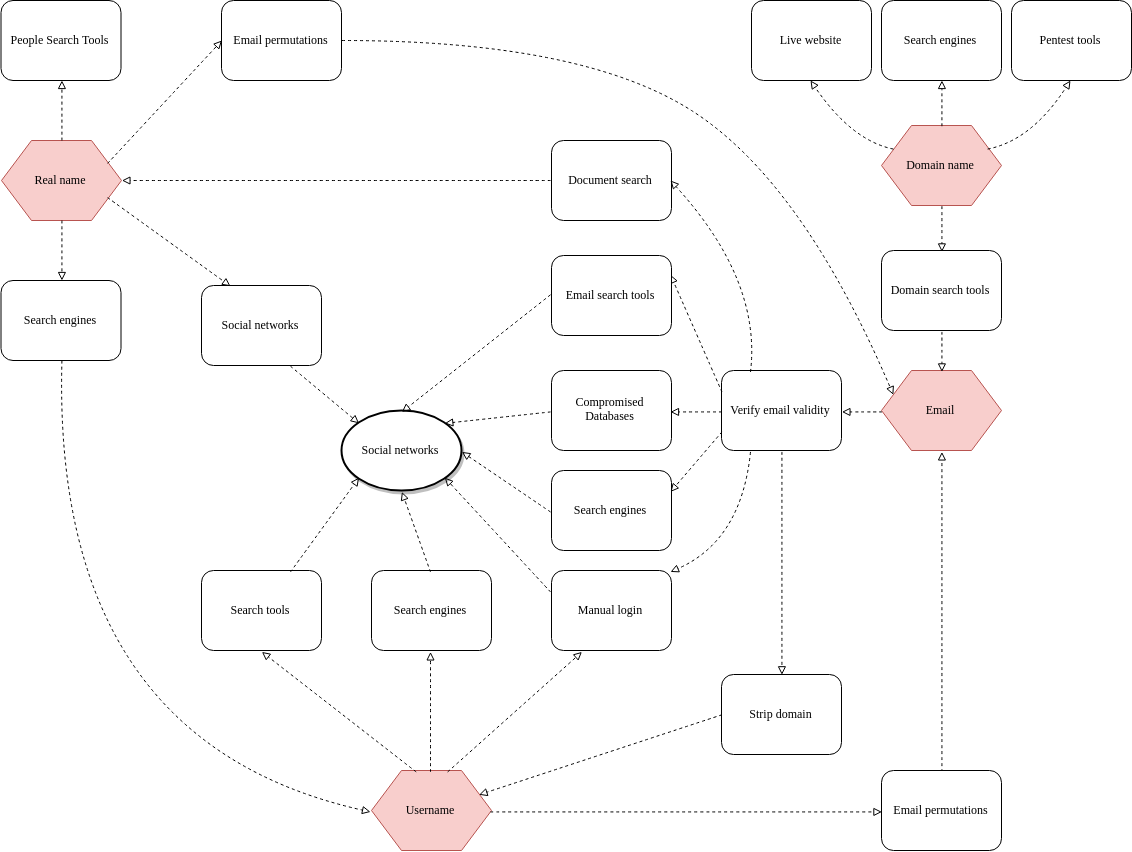
jurelou/SNA keeps this draw.io diagram as docs/graphexec.png. Above is the earlier version. Source tidied: cells renumbered, new cells last; positions are measured from the earlier drawing's top-left corner, leaving out a move shared by most shapes.
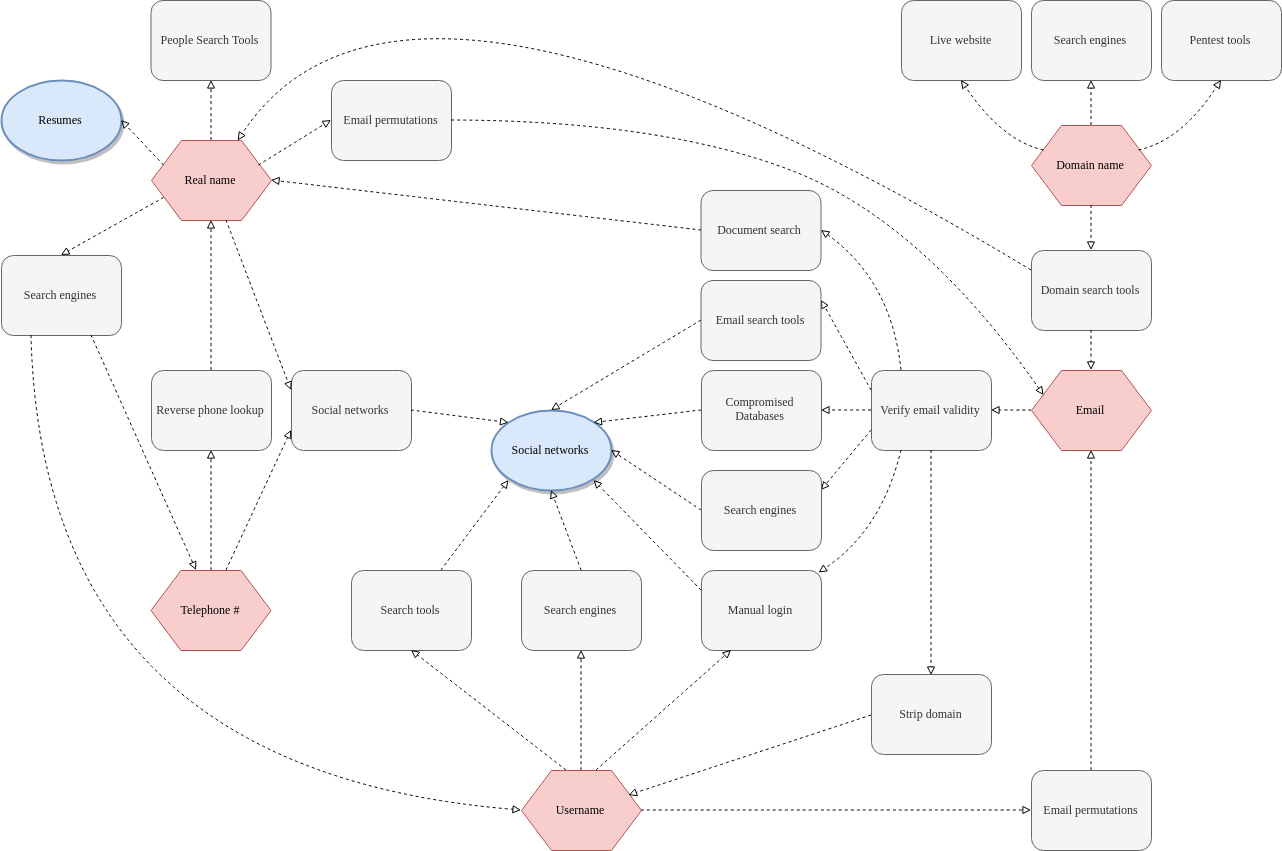
Later version of the same file.

What changed in the source:
```diff
@@ -22,3 +22,3 @@
     </mxCell>
-    <mxCell id="8" value="Search engines" style="rounded=1;whiteSpace=wrap;html=1;shadow=0;labelBackgroundColor=none;strokeColor=#000000;strokeWidth=1;fillColor=#ffffff;fontFamily=Verdana;fontSize=12;fontColor=#000000;align=center;" parent="1" vertex="1">
+    <mxCell id="8" value="Search engines" style="rounded=1;whiteSpace=wrap;html=1;shadow=0;labelBackgroundColor=none;strokeColor=#666666;strokeWidth=1;fillColor=#f5f5f5;fontFamily=Verdana;fontSize=12;align=center;fontColor=#333333;" parent="1" vertex="1">
       <mxGeometry x="370" y="570" width="120" height="80" as="geometry" />
@@ -28,3 +28,3 @@
     </mxCell>
-    <mxCell id="10" value="Social networks" style="ellipse;whiteSpace=wrap;html=1;rounded=1;shadow=1;comic=0;labelBackgroundColor=none;strokeColor=#000000;strokeWidth=2;fillColor=#FFFFFF;fontFamily=Verdana;fontSize=12;fontColor=#000000;align=center;" parent="1" vertex="1">
+    <mxCell id="10" value="Social networks" style="ellipse;whiteSpace=wrap;html=1;rounded=1;shadow=1;comic=0;labelBackgroundColor=none;strokeColor=#6c8ebf;strokeWidth=2;fillColor=#dae8fc;fontFamily=Verdana;fontSize=12;align=center;" parent="1" vertex="1">
       <mxGeometry x="340" y="410" width="120" height="80" as="geometry" />
@@ -34,3 +34,3 @@
     </mxCell>
-    <mxCell id="12" value="Manual login" style="rounded=1;whiteSpace=wrap;html=1;shadow=0;labelBackgroundColor=none;strokeColor=#000000;strokeWidth=1;fillColor=#ffffff;fontFamily=Verdana;fontSize=12;fontColor=#000000;align=center;" parent="1" vertex="1">
+    <mxCell id="12" value="Manual login" style="rounded=1;whiteSpace=wrap;html=1;shadow=0;labelBackgroundColor=none;strokeColor=#666666;strokeWidth=1;fillColor=#f5f5f5;fontFamily=Verdana;fontSize=12;fontColor=#333333;align=center;" parent="1" vertex="1">
       <mxGeometry x="550" y="570" width="120" height="80" as="geometry" />
@@ -43,3 +43,3 @@
     </mxCell>
-    <mxCell id="15" value="Compromised Databases" style="rounded=1;whiteSpace=wrap;html=1;shadow=0;labelBackgroundColor=none;strokeColor=#000000;strokeWidth=1;fillColor=#ffffff;fontFamily=Verdana;fontSize=12;fontColor=#000000;align=center;" parent="1" vertex="1">
+    <mxCell id="15" value="Compromised Databases" style="rounded=1;whiteSpace=wrap;html=1;shadow=0;labelBackgroundColor=none;strokeColor=#666666;strokeWidth=1;fillColor=#f5f5f5;fontFamily=Verdana;fontSize=12;fontColor=#333333;align=center;" parent="1" vertex="1">
       <mxGeometry x="550" y="370" width="120" height="80" as="geometry" />
@@ -52,3 +52,3 @@
     </mxCell>
-    <mxCell id="18" value="Verify email validity" style="rounded=1;whiteSpace=wrap;html=1;shadow=0;labelBackgroundColor=none;strokeColor=#000000;strokeWidth=1;fillColor=#ffffff;fontFamily=Verdana;fontSize=12;fontColor=#000000;align=center;" parent="1" vertex="1">
+    <mxCell id="18" value="Verify email validity" style="rounded=1;whiteSpace=wrap;html=1;shadow=0;labelBackgroundColor=none;strokeColor=#666666;strokeWidth=1;fillColor=#f5f5f5;fontFamily=Verdana;fontSize=12;fontColor=#333333;align=center;" parent="1" vertex="1">
       <mxGeometry x="720" y="370" width="120" height="80" as="geometry" />
@@ -67,3 +67,3 @@
     </mxCell>
-    <mxCell id="23" value="Strip domain" style="rounded=1;whiteSpace=wrap;html=1;shadow=0;labelBackgroundColor=none;strokeColor=#000000;strokeWidth=1;fillColor=#ffffff;fontFamily=Verdana;fontSize=12;fontColor=#000000;align=center;" parent="1" vertex="1">
+    <mxCell id="23" value="Strip domain" style="rounded=1;whiteSpace=wrap;html=1;shadow=0;labelBackgroundColor=none;strokeColor=#666666;strokeWidth=1;fillColor=#f5f5f5;fontFamily=Verdana;fontSize=12;fontColor=#333333;align=center;" parent="1" vertex="1">
       <mxGeometry x="720" y="674" width="120" height="80" as="geometry" />
@@ -73,4 +73,4 @@
     </mxCell>
-    <mxCell id="25" value="Document search" style="rounded=1;whiteSpace=wrap;html=1;shadow=0;labelBackgroundColor=none;strokeColor=#000000;strokeWidth=1;fillColor=#ffffff;fontFamily=Verdana;fontSize=12;fontColor=#000000;align=center;" parent="1" vertex="1">
-      <mxGeometry x="550" y="140" width="120" height="80" as="geometry" />
+    <mxCell id="25" value="Document search" style="rounded=1;whiteSpace=wrap;html=1;shadow=0;labelBackgroundColor=none;strokeColor=#666666;strokeWidth=1;fillColor=#f5f5f5;fontFamily=Verdana;fontSize=12;fontColor=#333333;align=center;" parent="1" vertex="1">
+      <mxGeometry x="549.5" y="190" width="120" height="80" as="geometry" />
     </mxCell>
@@ -79,3 +79,3 @@
         <Array as="points">
-          <mxPoint x="760" y="280" />
+          <mxPoint x="740" y="280" />
         </Array>
@@ -86,25 +86,18 @@
     </mxCell>
-    <mxCell id="28" value="Search engines" style="rounded=1;whiteSpace=wrap;html=1;shadow=0;labelBackgroundColor=none;strokeColor=#000000;strokeWidth=1;fillColor=#ffffff;fontFamily=Verdana;fontSize=12;fontColor=#000000;align=center;" parent="1" vertex="1">
-      <mxGeometry x="-0.5" y="280" width="120" height="80" as="geometry" />
+    <mxCell id="28" value="Search engines" style="rounded=1;whiteSpace=wrap;html=1;shadow=0;labelBackgroundColor=none;strokeColor=#666666;strokeWidth=1;fillColor=#f5f5f5;fontFamily=Verdana;fontSize=12;align=center;fontColor=#333333;" parent="1" vertex="1">
+      <mxGeometry x="-150" y="255" width="120" height="80" as="geometry" />
     </mxCell>
-    <mxCell id="29" style="endArrow=block;html=1;entryX=0.5;entryY=0;entryDx=0;entryDy=0;exitX=0.5;exitY=1;exitDx=0;exitDy=0;endFill=0;curved=1;dashed=1;" parent="1" edge="1" source="5" target="28">
+    <mxCell id="29" style="endArrow=block;html=1;entryX=0.5;entryY=0;entryDx=0;entryDy=0;endFill=0;curved=1;dashed=1;exitX=0;exitY=0.75;exitDx=0;exitDy=0;" parent="1" edge="1" source="5" target="28">
       <mxGeometry relative="1" as="geometry" />
     </mxCell>
-    <mxCell id="30" style="endArrow=block;html=1;exitX=0.5;exitY=1;exitDx=0;exitDy=0;entryX=0;entryY=0.5;entryDx=0;entryDy=0;endFill=0;curved=1;dashed=1;" parent="1" edge="1" source="28" target="2">
-      <mxGeometry relative="1" as="geometry">
-        <Array as="points">
-          <mxPoint x="50" y="740" />
-        </Array>
-      </mxGeometry>
-    </mxCell>
-    <mxCell id="31" value="Social networks" style="rounded=1;whiteSpace=wrap;html=1;shadow=0;labelBackgroundColor=none;strokeColor=#000000;strokeWidth=1;fillColor=#ffffff;fontFamily=Verdana;fontSize=12;fontColor=#000000;align=center;" parent="1" vertex="1">
-      <mxGeometry x="200" y="285" width="120" height="80" as="geometry" />
+    <mxCell id="31" value="Social networks" style="rounded=1;whiteSpace=wrap;html=1;shadow=0;labelBackgroundColor=none;strokeColor=#666666;strokeWidth=1;fillColor=#f5f5f5;fontFamily=Verdana;fontSize=12;fontColor=#333333;align=center;glass=0;" parent="1" vertex="1">
+      <mxGeometry x="140" y="370" width="120" height="80" as="geometry" />
     </mxCell>
-    <mxCell id="32" style="endArrow=block;html=1;entryX=0.25;entryY=0;entryDx=0;entryDy=0;exitX=1;exitY=0.75;exitDx=0;exitDy=0;endFill=0;curved=1;dashed=1;" parent="1" edge="1" source="5" target="31">
+    <mxCell id="32" style="endArrow=block;html=1;entryX=0;entryY=0.25;entryDx=0;entryDy=0;exitX=0.625;exitY=1;exitDx=0;exitDy=0;endFill=0;curved=1;dashed=1;" parent="1" edge="1" source="5" target="31">
       <mxGeometry relative="1" as="geometry" />
     </mxCell>
-    <mxCell id="33" style="endArrow=block;html=1;exitX=0.75;exitY=1;exitDx=0;exitDy=0;endFill=0;curved=1;dashed=1;entryX=0;entryY=0;entryDx=0;entryDy=0;" parent="1" edge="1" source="31" target="10">
+    <mxCell id="33" style="endArrow=block;html=1;exitX=1;exitY=0.5;exitDx=0;exitDy=0;endFill=0;curved=1;dashed=1;entryX=0;entryY=0;entryDx=0;entryDy=0;" parent="1" edge="1" source="31" target="10">
       <mxGeometry relative="1" as="geometry" />
     </mxCell>
-    <mxCell id="34" value="People Search Tools" style="rounded=1;whiteSpace=wrap;html=1;shadow=0;labelBackgroundColor=none;strokeColor=#000000;strokeWidth=1;fillColor=#ffffff;fontFamily=Verdana;fontSize=12;fontColor=#000000;align=center;" parent="1" vertex="1">
+    <mxCell id="34" value="People Search Tools" style="rounded=1;whiteSpace=wrap;html=1;shadow=0;labelBackgroundColor=none;strokeColor=#666666;strokeWidth=1;fillColor=#f5f5f5;fontFamily=Verdana;fontSize=12;fontColor=#333333;align=center;" parent="1" vertex="1">
       <mxGeometry x="-0.5" width="120" height="80" as="geometry" />
@@ -114,3 +107,3 @@
     </mxCell>
-    <mxCell id="36" value="Search tools" style="rounded=1;whiteSpace=wrap;html=1;shadow=0;labelBackgroundColor=none;strokeColor=#000000;strokeWidth=1;fillColor=#ffffff;fontFamily=Verdana;fontSize=12;fontColor=#000000;align=center;" parent="1" vertex="1">
+    <mxCell id="36" value="Search tools" style="rounded=1;whiteSpace=wrap;html=1;shadow=0;labelBackgroundColor=none;strokeColor=#666666;strokeWidth=1;fillColor=#f5f5f5;fontFamily=Verdana;fontSize=12;fontColor=#333333;align=center;" parent="1" vertex="1">
       <mxGeometry x="200" y="570" width="120" height="80" as="geometry" />
@@ -123,3 +116,3 @@
     </mxCell>
-    <mxCell id="39" value="Domain search tools" style="rounded=1;whiteSpace=wrap;html=1;shadow=0;labelBackgroundColor=none;strokeColor=#000000;strokeWidth=1;fillColor=#ffffff;fontFamily=Verdana;fontSize=12;fontColor=#000000;align=center;" parent="1" vertex="1">
+    <mxCell id="39" value="Domain search tools" style="rounded=1;whiteSpace=wrap;html=1;shadow=0;labelBackgroundColor=none;strokeColor=#666666;strokeWidth=1;fillColor=#f5f5f5;fontFamily=Verdana;fontSize=12;fontColor=#333333;align=center;" parent="1" vertex="1">
       <mxGeometry x="880" y="250" width="120" height="80" as="geometry" />
@@ -132,3 +125,3 @@
     </mxCell>
-    <mxCell id="42" value="Live website" style="rounded=1;whiteSpace=wrap;html=1;shadow=0;labelBackgroundColor=none;strokeColor=#000000;strokeWidth=1;fillColor=#ffffff;fontFamily=Verdana;fontSize=12;fontColor=#000000;align=center;" parent="1" vertex="1">
+    <mxCell id="42" value="Live website" style="rounded=1;whiteSpace=wrap;html=1;shadow=0;labelBackgroundColor=none;strokeColor=#666666;strokeWidth=1;fillColor=#f5f5f5;fontFamily=Verdana;fontSize=12;fontColor=#333333;align=center;" parent="1" vertex="1">
       <mxGeometry x="750" width="120" height="80" as="geometry" />
@@ -142,3 +135,3 @@
     </mxCell>
-    <mxCell id="44" value="Pentest tools" style="rounded=1;whiteSpace=wrap;html=1;shadow=0;labelBackgroundColor=none;strokeColor=#000000;strokeWidth=1;fillColor=#ffffff;fontFamily=Verdana;fontSize=12;fontColor=#000000;align=center;" parent="1" vertex="1">
+    <mxCell id="44" value="Pentest tools" style="rounded=1;whiteSpace=wrap;html=1;shadow=0;labelBackgroundColor=none;strokeColor=#666666;strokeWidth=1;fillColor=#f5f5f5;fontFamily=Verdana;fontSize=12;fontColor=#333333;align=center;" parent="1" vertex="1">
       <mxGeometry x="1010" width="120" height="80" as="geometry" />
@@ -152,3 +145,3 @@
     </mxCell>
-    <mxCell id="46" value="Search engines" style="rounded=1;whiteSpace=wrap;html=1;shadow=0;labelBackgroundColor=none;strokeColor=#000000;strokeWidth=1;fillColor=#ffffff;fontFamily=Verdana;fontSize=12;fontColor=#000000;align=center;" parent="1" vertex="1">
+    <mxCell id="46" value="Search engines" style="rounded=1;whiteSpace=wrap;html=1;shadow=0;labelBackgroundColor=none;strokeColor=#666666;strokeWidth=1;fillColor=#f5f5f5;fontFamily=Verdana;fontSize=12;fontColor=#333333;align=center;" parent="1" vertex="1">
       <mxGeometry x="880" width="120" height="80" as="geometry" />
@@ -158,9 +151,9 @@
     </mxCell>
-    <mxCell id="48" value="Email permutations" style="rounded=1;whiteSpace=wrap;html=1;shadow=0;labelBackgroundColor=none;strokeColor=#000000;strokeWidth=1;fillColor=#ffffff;fontFamily=Verdana;fontSize=12;fontColor=#000000;align=center;" parent="1" vertex="1">
+    <mxCell id="48" value="Email permutations" style="rounded=1;whiteSpace=wrap;html=1;shadow=0;labelBackgroundColor=none;strokeColor=#666666;strokeWidth=1;fillColor=#f5f5f5;fontFamily=Verdana;fontSize=12;fontColor=#333333;align=center;" parent="1" vertex="1">
       <mxGeometry x="880" y="770" width="120" height="80" as="geometry" />
     </mxCell>
-    <mxCell id="49" value="Email search tools" style="rounded=1;whiteSpace=wrap;html=1;shadow=0;labelBackgroundColor=none;strokeColor=#000000;strokeWidth=1;fillColor=#ffffff;fontFamily=Verdana;fontSize=12;fontColor=#000000;align=center;" parent="1" vertex="1">
-      <mxGeometry x="550" y="255" width="120" height="80" as="geometry" />
+    <mxCell id="49" value="Email search tools" style="rounded=1;whiteSpace=wrap;html=1;shadow=0;labelBackgroundColor=none;strokeColor=#666666;strokeWidth=1;fillColor=#f5f5f5;fontFamily=Verdana;fontSize=12;fontColor=#333333;align=center;" parent="1" vertex="1">
+      <mxGeometry x="549.5" y="280" width="120" height="80" as="geometry" />
     </mxCell>
-    <mxCell id="50" value="Search engines" style="rounded=1;whiteSpace=wrap;html=1;shadow=0;labelBackgroundColor=none;strokeColor=#000000;strokeWidth=1;fillColor=#ffffff;fontFamily=Verdana;fontSize=12;fontColor=#000000;align=center;" parent="1" vertex="1">
+    <mxCell id="50" value="Search engines" style="rounded=1;whiteSpace=wrap;html=1;shadow=0;labelBackgroundColor=none;strokeColor=#666666;strokeWidth=1;fillColor=#f5f5f5;fontFamily=Verdana;fontSize=12;align=center;fontColor=#333333;" parent="1" vertex="1">
       <mxGeometry x="550" y="470" width="120" height="80" as="geometry" />
@@ -176,3 +169,3 @@
         <Array as="points">
-          <mxPoint x="740" y="540" />
+          <mxPoint x="730" y="530" />
         </Array>
@@ -180,4 +173,4 @@
     </mxCell>
-    <mxCell id="54" value="Email permutations" style="rounded=1;whiteSpace=wrap;html=1;shadow=0;labelBackgroundColor=none;strokeColor=#000000;strokeWidth=1;fillColor=#ffffff;fontFamily=Verdana;fontSize=12;fontColor=#000000;align=center;" parent="1" vertex="1">
-      <mxGeometry x="220" width="120" height="80" as="geometry" />
+    <mxCell id="54" value="Email permutations" style="rounded=1;whiteSpace=wrap;html=1;shadow=0;labelBackgroundColor=none;strokeColor=#666666;strokeWidth=1;fillColor=#f5f5f5;fontFamily=Verdana;fontSize=12;fontColor=#333333;align=center;" parent="1" vertex="1">
+      <mxGeometry x="180" y="80" width="120" height="80" as="geometry" />
     </mxCell>
@@ -189,4 +182,4 @@
         <Array as="points">
-          <mxPoint x="580" y="40" />
-          <mxPoint x="800" y="180" />
+          <mxPoint x="510" y="120" />
+          <mxPoint x="770" y="220" />
         </Array>
@@ -194,2 +187,40 @@
     </mxCell>
+    <mxCell id="57" value="Resumes" style="ellipse;whiteSpace=wrap;html=1;rounded=1;shadow=1;comic=0;labelBackgroundColor=none;strokeColor=#6c8ebf;strokeWidth=2;fillColor=#dae8fc;fontFamily=Verdana;fontSize=12;align=center;" parent="1" vertex="1">
+      <mxGeometry x="-150" y="80" width="120" height="80" as="geometry" />
+    </mxCell>
+    <mxCell id="58" style="endArrow=block;html=1;entryX=1;entryY=0.5;entryDx=0;entryDy=0;endFill=0;curved=1;dashed=1;exitX=0;exitY=0.25;exitDx=0;exitDy=0;" parent="1" edge="1" source="5" target="57">
+      <mxGeometry relative="1" as="geometry" />
+    </mxCell>
+    <mxCell id="59" value="Telephone #" style="shape=hexagon;perimeter=hexagonPerimeter;whiteSpace=wrap;html=1;rounded=0;shadow=0;labelBackgroundColor=none;strokeColor=#b85450;strokeWidth=1;fillColor=#f8cecc;fontFamily=Verdana;fontSize=12;align=center;" parent="1" vertex="1">
+      <mxGeometry x="-0.5" y="570" width="120" height="80" as="geometry" />
+    </mxCell>
+    <mxCell id="60" value="Reverse phone lookup" style="rounded=1;whiteSpace=wrap;html=1;shadow=0;labelBackgroundColor=none;strokeColor=#666666;strokeWidth=1;fillColor=#f5f5f5;fontFamily=Verdana;fontSize=12;fontColor=#333333;align=center;" parent="1" vertex="1">
+      <mxGeometry y="370" width="120" height="80" as="geometry" />
+    </mxCell>
+    <mxCell id="61" style="endArrow=block;html=1;entryX=0.5;entryY=1;entryDx=0;entryDy=0;endFill=0;curved=1;dashed=1;exitX=0.5;exitY=0;exitDx=0;exitDy=0;" parent="1" edge="1" source="59" target="60">
+      <mxGeometry relative="1" as="geometry" />
+    </mxCell>
+    <mxCell id="62" style="endArrow=block;html=1;entryX=0.375;entryY=0;entryDx=0;entryDy=0;endFill=0;curved=1;dashed=1;exitX=0.75;exitY=1;exitDx=0;exitDy=0;" parent="1" edge="1" source="28" target="59">
+      <mxGeometry relative="1" as="geometry" />
+    </mxCell>
+    <mxCell id="63" style="endArrow=block;html=1;endFill=0;curved=1;dashed=1;exitX=0.5;exitY=0;exitDx=0;exitDy=0;entryX=0.5;entryY=1;entryDx=0;entryDy=0;" parent="1" edge="1" source="60" target="5">
+      <mxGeometry relative="1" as="geometry" />
+    </mxCell>
+    <mxCell id="64" style="endArrow=block;html=1;endFill=0;curved=1;dashed=1;exitX=0.625;exitY=0;exitDx=0;exitDy=0;entryX=0;entryY=0.75;entryDx=0;entryDy=0;" parent="1" edge="1" source="59" target="31">
+      <mxGeometry relative="1" as="geometry" />
+    </mxCell>
+    <mxCell id="30" style="endArrow=block;html=1;entryX=0;entryY=0.5;entryDx=0;entryDy=0;endFill=0;curved=1;dashed=1;exitX=0.25;exitY=1;exitDx=0;exitDy=0;" parent="1" edge="1" source="28" target="2">
+      <mxGeometry relative="1" as="geometry">
+        <Array as="points">
+          <mxPoint x="-110" y="770" />
+        </Array>
+      </mxGeometry>
+    </mxCell>
+    <mxCell id="65" style="endArrow=block;html=1;exitX=0;exitY=0.25;exitDx=0;exitDy=0;endFill=0;curved=1;dashed=1;" parent="1" edge="1" source="39" target="5">
+      <mxGeometry relative="1" as="geometry">
+        <Array as="points">
+          <mxPoint x="250" y="-110" />
+        </Array>
+      </mxGeometry>
+    </mxCell>
   </root>
```
